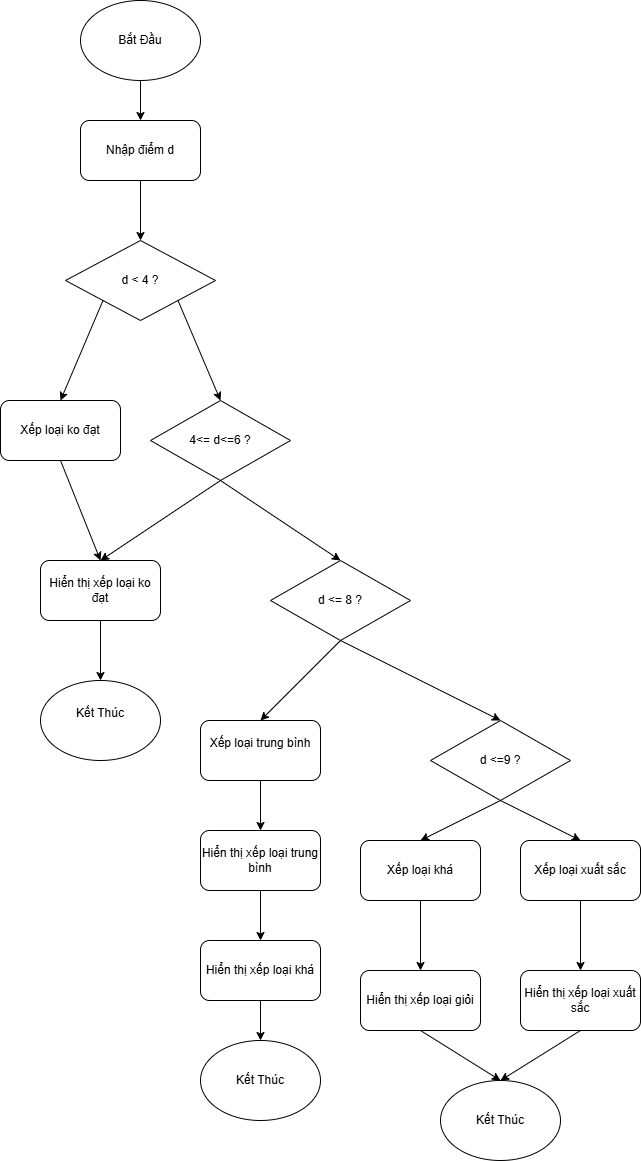
ptt157/C_Session-01 keeps this draw.io diagram as Session 1_Ex5.png. Above is the earlier version. Source tidied: cells renumbered, new cells last; positions are measured from the earlier drawing's top-left corner, leaving out a move shared by most shapes.
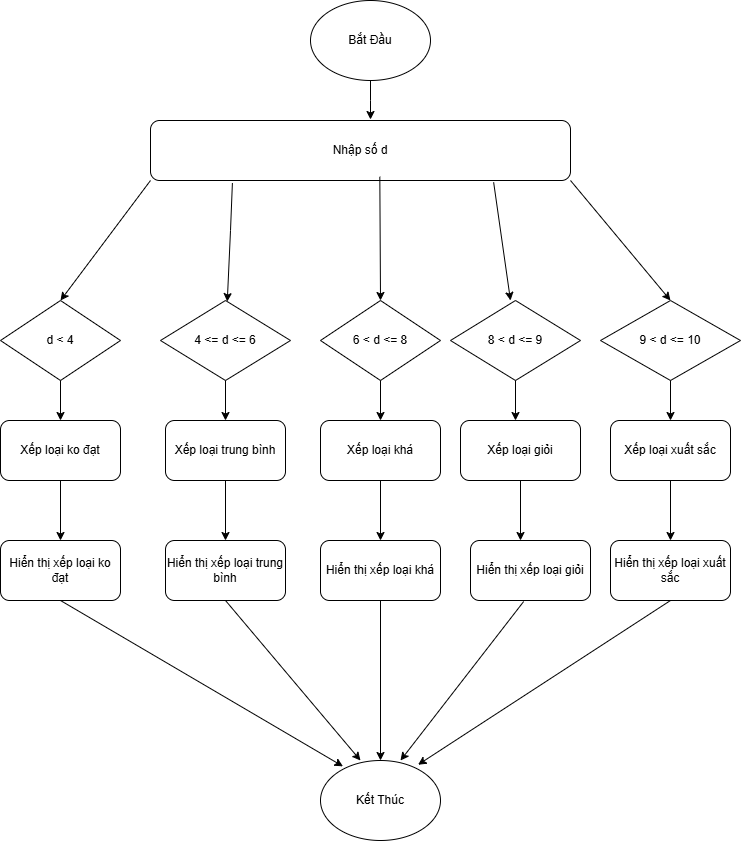
After the commit.

Diff of the diagram source:
```diff
@@ -3,150 +3,148 @@
     <mxCell id="0" />
     <mxCell id="1" parent="0" />
     <mxCell id="2" value="Bắt Đầu" style="ellipse;whiteSpace=wrap;html=1;" parent="1" vertex="1">
-      <mxGeometry x="80" width="120" height="80" as="geometry" />
+      <mxGeometry x="300" width="120" height="80" as="geometry" />
     </mxCell>
-    <mxCell id="3" style="endArrow=classic;html=1;rounded=0;exitX=0.5;exitY=1;exitDx=0;exitDy=0;" parent="1" edge="1" source="2">
-      <mxGeometry relative="1" as="geometry">
-        <mxPoint x="140" y="120" as="targetPoint" />
-      </mxGeometry>
-    </mxCell>
-    <mxCell id="4" value="Nhập điểm d" style="rounded=1;whiteSpace=wrap;html=1;" parent="1" vertex="1">
-      <mxGeometry x="80" y="120" width="120" height="60" as="geometry" />
-    </mxCell>
-    <mxCell id="5" style="endArrow=classic;html=1;rounded=0;exitX=0.5;exitY=1;exitDx=0;exitDy=0;" parent="1" edge="1" source="4">
-      <mxGeometry relative="1" as="geometry">
-        <mxPoint x="140" y="240" as="targetPoint" />
-      </mxGeometry>
-    </mxCell>
-    <mxCell id="6" value="d &amp;lt; 4 ?" style="rhombus;whiteSpace=wrap;html=1;" parent="1" vertex="1">
-      <mxGeometry x="65" y="240" width="150" height="80" as="geometry" />
-    </mxCell>
-    <mxCell id="7" style="endArrow=classic;html=1;rounded=0;exitX=0;exitY=1;exitDx=0;exitDy=0;" parent="1" edge="1" source="6">
-      <mxGeometry relative="1" as="geometry">
-        <mxPoint x="60" y="400" as="targetPoint" />
-      </mxGeometry>
-    </mxCell>
+    <mxCell id="39" style="endArrow=classic;html=1;rounded=0;exitX=0.5;exitY=1;exitDx=0;exitDy=0;" parent="1" edge="1" source="2">
+      <mxGeometry relative="1" as="geometry">
+        <mxPoint x="360" y="119" as="targetPoint" />
+        <Array as="points">
+          <mxPoint x="360" y="100" />
+        </Array>
+      </mxGeometry>
+    </mxCell>
+    <mxCell id="40" value="Nhập số d" style="rounded=1;whiteSpace=wrap;html=1;" parent="1" vertex="1">
+      <mxGeometry x="140" y="120" width="420" height="60" as="geometry" />
+    </mxCell>
+    <mxCell id="41" style="endArrow=classic;html=1;rounded=0;exitX=0;exitY=1;exitDx=0;exitDy=0;entryX=0.5;entryY=0;entryDx=0;entryDy=0;" parent="1" edge="1" source="40" target="42">
+      <mxGeometry relative="1" as="geometry" />
+    </mxCell>
+    <mxCell id="42" value="d &amp;lt; 4" style="rhombus;whiteSpace=wrap;html=1;" parent="1" vertex="1">
+      <mxGeometry x="-10" y="300" width="120" height="80" as="geometry" />
+    </mxCell>
+    <mxCell id="43" style="endArrow=classic;html=1;rounded=0;exitX=0.5;exitY=1;exitDx=0;exitDy=0;" parent="1" edge="1" source="42" target="8">
+      <mxGeometry relative="1" as="geometry" />
+    </mxCell>
     <mxCell id="8" value="Xếp loại ko đạt" style="rounded=1;whiteSpace=wrap;html=1;" parent="1" vertex="1">
-      <mxGeometry y="400" width="120" height="60" as="geometry" />
+      <mxGeometry x="-10" y="420" width="120" height="60" as="geometry" />
     </mxCell>
-    <mxCell id="9" style="endArrow=classic;html=1;rounded=0;exitX=1;exitY=1;exitDx=0;exitDy=0;" parent="1" edge="1" source="6">
-      <mxGeometry relative="1" as="geometry">
-        <mxPoint x="220" y="400" as="targetPoint" />
-      </mxGeometry>
-    </mxCell>
-    <mxCell id="10" value="4&amp;lt;= d&amp;lt;=6 ?" style="rhombus;whiteSpace=wrap;html=1;" parent="1" vertex="1">
-      <mxGeometry x="150" y="400" width="140" height="80" as="geometry" />
-    </mxCell>
-    <mxCell id="11" style="endArrow=classic;html=1;rounded=0;exitX=0.5;exitY=1;exitDx=0;exitDy=0;" parent="1" edge="1" source="8">
-      <mxGeometry relative="1" as="geometry">
-        <mxPoint x="100" y="560" as="targetPoint" />
-      </mxGeometry>
-    </mxCell>
-    <mxCell id="12" style="endArrow=classic;html=1;rounded=0;exitX=0.5;exitY=1;exitDx=0;exitDy=0;" parent="1" edge="1" source="10">
-      <mxGeometry relative="1" as="geometry">
-        <mxPoint x="100" y="560" as="targetPoint" />
-      </mxGeometry>
-    </mxCell>
+    <mxCell id="44" style="endArrow=classic;html=1;rounded=0;exitX=0.5;exitY=1;exitDx=0;exitDy=0;entryX=0.5;entryY=0;entryDx=0;entryDy=0;" parent="1" edge="1" source="8" target="13">
+      <mxGeometry relative="1" as="geometry" />
+    </mxCell>
     <mxCell id="13" value="Hiển thị xếp loại ko đạt" style="rounded=1;whiteSpace=wrap;html=1;" parent="1" vertex="1">
-      <mxGeometry x="40" y="560" width="120" height="60" as="geometry" />
+      <mxGeometry x="-10" y="540" width="120" height="60" as="geometry" />
     </mxCell>
-    <mxCell id="14" style="endArrow=classic;html=1;rounded=0;exitX=0.5;exitY=1;exitDx=0;exitDy=0;" parent="1" edge="1" source="10">
-      <mxGeometry relative="1" as="geometry">
-        <mxPoint x="340" y="560" as="targetPoint" />
-      </mxGeometry>
-    </mxCell>
-    <mxCell id="15" value="d &amp;lt;= 8 ?" style="rhombus;whiteSpace=wrap;html=1;" parent="1" vertex="1">
-      <mxGeometry x="270" y="560" width="140" height="80" as="geometry" />
-    </mxCell>
-    <mxCell id="16" style="endArrow=classic;html=1;rounded=0;exitX=0.5;exitY=1;exitDx=0;exitDy=0;" parent="1" edge="1" source="13">
-      <mxGeometry relative="1" as="geometry">
-        <mxPoint x="100" y="680" as="targetPoint" />
-      </mxGeometry>
-    </mxCell>
-    <mxCell id="17" value="Kết Thúc&lt;div&gt;&lt;br&gt;&lt;/div&gt;" style="ellipse;whiteSpace=wrap;html=1;" parent="1" vertex="1">
-      <mxGeometry x="40" y="680" width="120" height="80" as="geometry" />
-    </mxCell>
-    <mxCell id="18" style="endArrow=classic;html=1;rounded=0;exitX=0.5;exitY=1;exitDx=0;exitDy=0;" parent="1" edge="1" source="15">
-      <mxGeometry relative="1" as="geometry">
-        <mxPoint x="260" y="720" as="targetPoint" />
-      </mxGeometry>
-    </mxCell>
-    <mxCell id="19" style="endArrow=classic;html=1;rounded=0;exitX=0.5;exitY=1;exitDx=0;exitDy=0;" parent="1" edge="1" source="15">
-      <mxGeometry relative="1" as="geometry">
-        <mxPoint x="500" y="720" as="targetPoint" />
-      </mxGeometry>
-    </mxCell>
+    <mxCell id="45" value="Kết Thúc" style="ellipse;whiteSpace=wrap;html=1;" parent="1" vertex="1">
+      <mxGeometry x="310" y="760" width="120" height="80" as="geometry" />
+    </mxCell>
+    <mxCell id="46" style="endArrow=classic;html=1;rounded=0;exitX=0.195;exitY=1.043;exitDx=0;exitDy=0;exitPerimeter=0;" parent="1" edge="1" source="40" target="47">
+      <mxGeometry relative="1" as="geometry">
+        <Array as="points">
+          <mxPoint x="220" y="230" />
+        </Array>
+      </mxGeometry>
+    </mxCell>
+    <mxCell id="47" value="4 &amp;lt;= d &amp;lt;= 6" style="rhombus;whiteSpace=wrap;html=1;" parent="1" vertex="1">
+      <mxGeometry x="150" y="300" width="130" height="80" as="geometry" />
+    </mxCell>
+    <mxCell id="48" style="endArrow=classic;html=1;rounded=0;exitX=0.5;exitY=1;exitDx=0;exitDy=0;entryX=0.5;entryY=0;entryDx=0;entryDy=0;" parent="1" edge="1" source="47" target="20">
+      <mxGeometry relative="1" as="geometry" />
+    </mxCell>
-    <mxCell id="20" value="Xếp loại trung bình&lt;div&gt;&lt;br&gt;&lt;/div&gt;" style="rounded=1;whiteSpace=wrap;html=1;" parent="1" vertex="1">
-      <mxGeometry x="200" y="720" width="120" height="60" as="geometry" />
+    <mxCell id="20" value="Xếp loại trung bình" style="rounded=1;whiteSpace=wrap;html=1;" parent="1" vertex="1">
+      <mxGeometry x="155" y="420" width="120" height="60" as="geometry" />
     </mxCell>
-    <mxCell id="21" style="endArrow=classic;html=1;rounded=0;exitX=0.5;exitY=1;exitDx=0;exitDy=0;" parent="1" edge="1" source="20" target="22">
+    <mxCell id="21" style="endArrow=classic;html=1;rounded=0;exitX=0.5;exitY=1;exitDx=0;exitDy=0;entryX=0.5;entryY=0;entryDx=0;entryDy=0;" parent="1" edge="1" source="20" target="22">
       <mxGeometry relative="1" as="geometry" />
     </mxCell>
     <mxCell id="22" value="Hiển thị xếp loại trung bình" style="rounded=1;whiteSpace=wrap;html=1;" parent="1" vertex="1">
-      <mxGeometry x="200" y="830" width="120" height="60" as="geometry" />
+      <mxGeometry x="155" y="540" width="120" height="60" as="geometry" />
     </mxCell>
-    <mxCell id="23" style="endArrow=classic;html=1;rounded=0;exitX=0.5;exitY=1;exitDx=0;exitDy=0;" parent="1" edge="1" source="22" target="24">
-      <mxGeometry relative="1" as="geometry" />
-    </mxCell>
+    <mxCell id="49" style="endArrow=classic;html=1;rounded=0;exitX=0.546;exitY=0.937;exitDx=0;exitDy=0;entryX=0.5;entryY=0;entryDx=0;entryDy=0;exitPerimeter=0;" parent="1" edge="1" source="40" target="50">
+      <mxGeometry relative="1" as="geometry" />
+    </mxCell>
+    <mxCell id="50" value="6 &amp;lt; d &amp;lt;= 8" style="rhombus;whiteSpace=wrap;html=1;" parent="1" vertex="1">
+      <mxGeometry x="310" y="300" width="120" height="80" as="geometry" />
+    </mxCell>
+    <mxCell id="51" style="endArrow=classic;html=1;rounded=0;exitX=0.5;exitY=1;exitDx=0;exitDy=0;entryX=0.5;entryY=0;entryDx=0;entryDy=0;" parent="1" edge="1" source="50" target="31">
+      <mxGeometry relative="1" as="geometry" />
+    </mxCell>
+    <mxCell id="31" value="Xếp loại khá" style="rounded=1;whiteSpace=wrap;html=1;" parent="1" vertex="1">
+      <mxGeometry x="310" y="420" width="120" height="60" as="geometry" />
+    </mxCell>
+    <mxCell id="52" style="endArrow=classic;html=1;rounded=0;exitX=0.5;exitY=1;exitDx=0;exitDy=0;entryX=0.5;entryY=0;entryDx=0;entryDy=0;" parent="1" edge="1" source="31" target="24">
+      <mxGeometry relative="1" as="geometry" />
+    </mxCell>
     <mxCell id="24" value="Hiển thị xếp loại khá" style="rounded=1;whiteSpace=wrap;html=1;" parent="1" vertex="1">
-      <mxGeometry x="200" y="940" width="120" height="60" as="geometry" />
+      <mxGeometry x="310" y="540" width="120" height="60" as="geometry" />
     </mxCell>
-    <mxCell id="25" style="endArrow=classic;html=1;rounded=0;exitX=0.5;exitY=1;exitDx=0;exitDy=0;" parent="1" edge="1" source="24">
-      <mxGeometry relative="1" as="geometry">
-        <mxPoint x="260" y="1040" as="targetPoint" />
-      </mxGeometry>
-    </mxCell>
-    <mxCell id="26" value="Kết Thúc" style="ellipse;whiteSpace=wrap;html=1;" parent="1" vertex="1">
-      <mxGeometry x="200" y="1040" width="120" height="80" as="geometry" />
-    </mxCell>
-    <mxCell id="27" value="d &amp;lt;=9 ?" style="rhombus;whiteSpace=wrap;html=1;" parent="1" vertex="1">
-      <mxGeometry x="430" y="720" width="140" height="80" as="geometry" />
-    </mxCell>
-    <mxCell id="28" style="endArrow=classic;html=1;rounded=0;exitX=0.5;exitY=1;exitDx=0;exitDy=0;" parent="1" edge="1" source="27">
-      <mxGeometry relative="1" as="geometry">
-        <mxPoint x="420" y="840" as="targetPoint" />
-      </mxGeometry>
-    </mxCell>
-    <mxCell id="29" style="endArrow=classic;html=1;rounded=0;" parent="1" edge="1">
-      <mxGeometry relative="1" as="geometry">
-        <mxPoint x="500" y="800" as="sourcePoint" />
-        <mxPoint x="580" y="840" as="targetPoint" />
-      </mxGeometry>
-    </mxCell>
+    <mxCell id="53" style="endArrow=classic;html=1;rounded=0;exitX=0.817;exitY=1.03;exitDx=0;exitDy=0;exitPerimeter=0;" parent="1" edge="1" source="40">
+      <mxGeometry relative="1" as="geometry">
+        <mxPoint x="500" y="300" as="targetPoint" />
+      </mxGeometry>
+    </mxCell>
+    <mxCell id="54" value="8 &amp;lt; d &amp;lt;= 9" style="rhombus;whiteSpace=wrap;html=1;" parent="1" vertex="1">
+      <mxGeometry x="440" y="300" width="130" height="80" as="geometry" />
+    </mxCell>
+    <mxCell id="55" style="endArrow=classic;html=1;rounded=0;exitX=0.5;exitY=1;exitDx=0;exitDy=0;" parent="1" edge="1" source="54">
+      <mxGeometry relative="1" as="geometry">
+        <mxPoint x="505" y="420" as="targetPoint" />
+      </mxGeometry>
+    </mxCell>
+    <mxCell id="56" value="Xếp loại giỏi" style="rounded=1;whiteSpace=wrap;html=1;" parent="1" vertex="1">
+      <mxGeometry x="450" y="420" width="120" height="60" as="geometry" />
+    </mxCell>
+    <mxCell id="57" style="endArrow=classic;html=1;rounded=0;exitX=0.5;exitY=1;exitDx=0;exitDy=0;" parent="1" edge="1" source="56">
+      <mxGeometry relative="1" as="geometry">
+        <mxPoint x="510" y="540" as="targetPoint" />
+      </mxGeometry>
+    </mxCell>
+    <mxCell id="34" value="Hiển thị xếp loại giỏi" style="rounded=1;whiteSpace=wrap;html=1;" parent="1" vertex="1">
+      <mxGeometry x="460" y="540" width="120" height="60" as="geometry" />
+    </mxCell>
+    <mxCell id="58" style="endArrow=classic;html=1;rounded=0;exitX=1;exitY=1;exitDx=0;exitDy=0;" parent="1" edge="1" source="40">
+      <mxGeometry relative="1" as="geometry">
+        <mxPoint x="660" y="300" as="targetPoint" />
+      </mxGeometry>
+    </mxCell>
+    <mxCell id="59" value="9 &amp;lt; d &amp;lt;= 10" style="rhombus;whiteSpace=wrap;html=1;" parent="1" vertex="1">
+      <mxGeometry x="590" y="300" width="140" height="80" as="geometry" />
+    </mxCell>
+    <mxCell id="60" style="endArrow=classic;html=1;rounded=0;exitX=0.5;exitY=1;exitDx=0;exitDy=0;" parent="1" edge="1" source="59">
+      <mxGeometry relative="1" as="geometry">
+        <mxPoint x="660" y="420" as="targetPoint" />
+      </mxGeometry>
+    </mxCell>
     <mxCell id="30" value="Xếp loại xuất sắc" style="rounded=1;whiteSpace=wrap;html=1;" parent="1" vertex="1">
-      <mxGeometry x="520" y="840" width="120" height="60" as="geometry" />
+      <mxGeometry x="600" y="420" width="120" height="60" as="geometry" />
     </mxCell>
-    <mxCell id="31" value="Xếp loại khá" style="rounded=1;whiteSpace=wrap;html=1;" parent="1" vertex="1">
-      <mxGeometry x="360" y="840" width="120" height="60" as="geometry" />
-    </mxCell>
-    <mxCell id="32" style="endArrow=classic;html=1;rounded=0;exitX=0.5;exitY=1;exitDx=0;exitDy=0;" parent="1" edge="1" source="31">
-      <mxGeometry relative="1" as="geometry">
-        <mxPoint x="420" y="970" as="targetPoint" />
-      </mxGeometry>
-    </mxCell>
-    <mxCell id="33" style="endArrow=classic;html=1;rounded=0;exitX=0.5;exitY=1;exitDx=0;exitDy=0;" parent="1" edge="1" source="30">
-      <mxGeometry relative="1" as="geometry">
-        <mxPoint x="580" y="970" as="targetPoint" />
-      </mxGeometry>
-    </mxCell>
-    <mxCell id="34" value="Hiển thị xếp loại giỏi" style="rounded=1;whiteSpace=wrap;html=1;" parent="1" vertex="1">
-      <mxGeometry x="360" y="970" width="120" height="60" as="geometry" />
-    </mxCell>
+    <mxCell id="61" style="endArrow=classic;html=1;rounded=0;exitX=0.5;exitY=1;exitDx=0;exitDy=0;" parent="1" edge="1" source="30">
+      <mxGeometry relative="1" as="geometry">
+        <mxPoint x="660" y="540" as="targetPoint" />
+      </mxGeometry>
+    </mxCell>
     <mxCell id="35" value="Hiển thị xếp loại xuất sắc" style="rounded=1;whiteSpace=wrap;html=1;" parent="1" vertex="1">
-      <mxGeometry x="520" y="970" width="120" height="60" as="geometry" />
+      <mxGeometry x="600" y="540" width="120" height="60" as="geometry" />
     </mxCell>
-    <mxCell id="36" style="endArrow=classic;html=1;rounded=0;exitX=0.5;exitY=1;exitDx=0;exitDy=0;" parent="1" edge="1" source="34">
-      <mxGeometry relative="1" as="geometry">
-        <mxPoint x="500" y="1080" as="targetPoint" />
-      </mxGeometry>
-    </mxCell>
-    <mxCell id="37" style="endArrow=classic;html=1;rounded=0;exitX=0.5;exitY=1;exitDx=0;exitDy=0;" parent="1" edge="1" source="35">
-      <mxGeometry relative="1" as="geometry">
-        <mxPoint x="500" y="1080" as="targetPoint" />
-      </mxGeometry>
-    </mxCell>
-    <mxCell id="38" value="Kết Thúc" style="ellipse;whiteSpace=wrap;html=1;" parent="1" vertex="1">
-      <mxGeometry x="440" y="1080" width="120" height="80" as="geometry" />
-    </mxCell>
+    <mxCell id="62" style="endArrow=classic;html=1;rounded=0;exitX=0.5;exitY=1;exitDx=0;exitDy=0;entryX=0.187;entryY=0.073;entryDx=0;entryDy=0;entryPerimeter=0;" parent="1" edge="1" source="13" target="45">
+      <mxGeometry relative="1" as="geometry" />
+    </mxCell>
+    <mxCell id="63" style="endArrow=classic;html=1;rounded=0;exitX=0.5;exitY=1;exitDx=0;exitDy=0;" parent="1" edge="1" source="22">
+      <mxGeometry relative="1" as="geometry">
+        <mxPoint x="350" y="760" as="targetPoint" />
+      </mxGeometry>
+    </mxCell>
+    <mxCell id="64" style="endArrow=classic;html=1;rounded=0;exitX=0.5;exitY=1;exitDx=0;exitDy=0;" parent="1" edge="1" source="24">
+      <mxGeometry relative="1" as="geometry">
+        <mxPoint x="370" y="760" as="targetPoint" />
+      </mxGeometry>
+    </mxCell>
+    <mxCell id="65" style="endArrow=classic;html=1;rounded=0;exitX=0.443;exitY=1.017;exitDx=0;exitDy=0;exitPerimeter=0;" parent="1" edge="1" source="34">
+      <mxGeometry relative="1" as="geometry">
+        <mxPoint x="390" y="760" as="targetPoint" />
+      </mxGeometry>
+    </mxCell>
+    <mxCell id="66" style="endArrow=classic;html=1;rounded=0;exitX=0.5;exitY=1;exitDx=0;exitDy=0;entryX=0.813;entryY=0.053;entryDx=0;entryDy=0;entryPerimeter=0;" parent="1" edge="1" source="35" target="45">
+      <mxGeometry relative="1" as="geometry" />
+    </mxCell>
   </root>
 </mxGraphModel>
```
